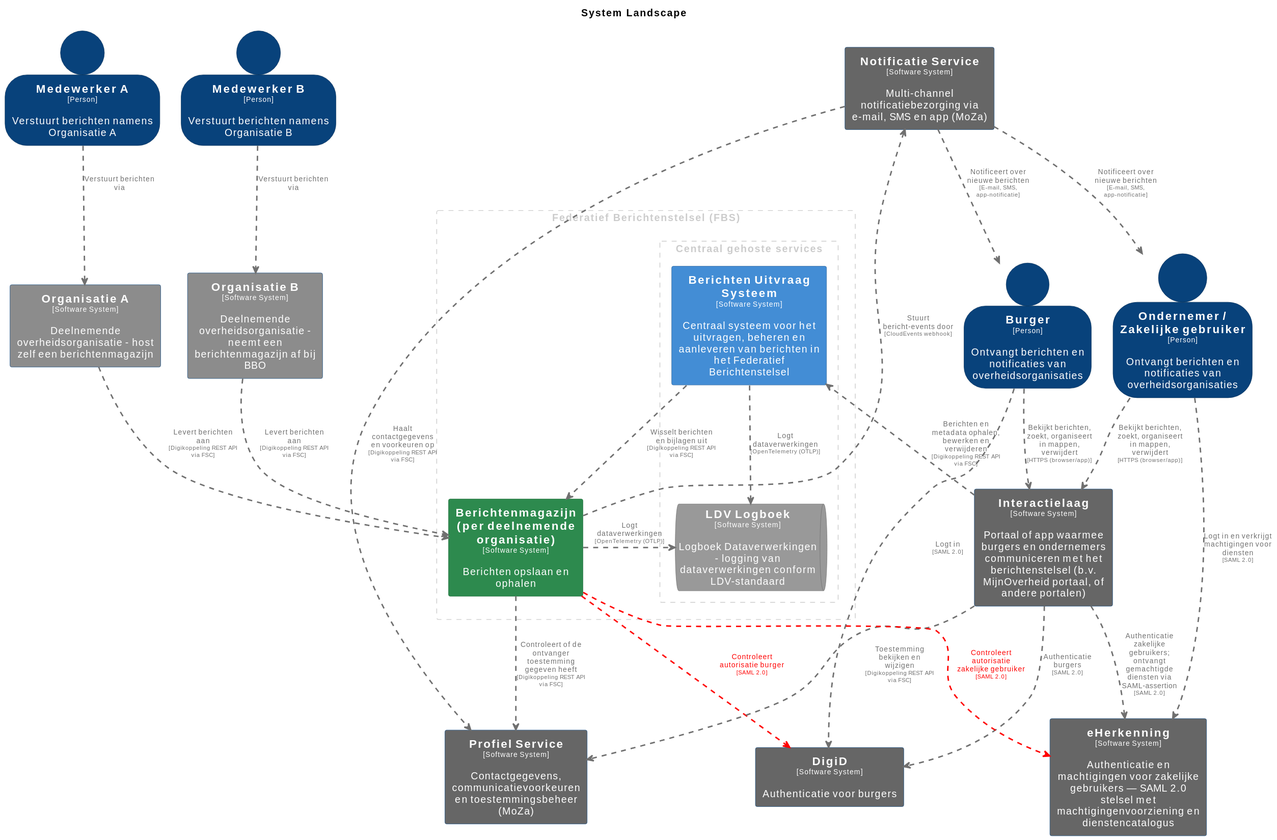
Earlier version of the PlantUML export pr-preview/pr-22/master/svg/SystemLandscape.svg (MinBZK/moza-poc-fbs-berichtenbox). Its source is kept beside it as pr-preview/pr-22/master/puml/SystemLandscape.puml. Its diagram source:
```plantuml
@startuml
set separator none
title System Landscape

top to bottom direction
skinparam ranksep 60
skinparam nodesep 30

skinparam {
  arrowFontSize 10
  defaultTextAlignment center
  wrapWidth 200
  maxMessageSize 100
}

hide stereotype

skinparam rectangle<<BerichtenUitvraagSysteem>> {
  BackgroundColor #438dd5
  FontColor #ffffff
  BorderColor #2e6295
  shadowing false
}
skinparam rectangle<<Berichtenmagazijnperdeelnemendeorganisatie>> {
  BackgroundColor #2d8a4e
  FontColor #ffffff
  BorderColor #1e6b38
  shadowing false
}
skinparam person<<Burger>> {
  BackgroundColor #08427b
  FontColor #ffffff
  BorderColor #052e56
  shadowing false
}
skinparam rectangle<<DigiD>> {
  BackgroundColor #666666
  FontColor #ffffff
  BorderColor #0b4884
  shadowing false
}
skinparam rectangle<<Interactielaag>> {
  BackgroundColor #666666
  FontColor #ffffff
  BorderColor #0b4884
  shadowing false
}
skinparam queue<<LDVLogboek>> {
  BackgroundColor #999999
  FontColor #ffffff
  BorderColor #6b6b6b
  shadowing false
}
skinparam person<<MedewerkerA>> {
  BackgroundColor #08427b
  FontColor #ffffff
  BorderColor #052e56
  shadowing false
}
skinparam person<<MedewerkerB>> {
  BackgroundColor #08427b
  FontColor #ffffff
  BorderColor #052e56
  shadowing false
}
skinparam rectangle<<NotificatieService>> {
  BackgroundColor #666666
  FontColor #ffffff
  BorderColor #0b4884
  shadowing false
}
skinparam person<<OndernemerZakelijkegebruiker>> {
  BackgroundColor #08427b
  FontColor #ffffff
  BorderColor #052e56
  shadowing false
}
skinparam rectangle<<OrganisatieA>> {
  BackgroundColor #8c8c8c
  FontColor #ffffff
  BorderColor #0b4884
  shadowing false
}
skinparam rectangle<<OrganisatieB>> {
  BackgroundColor #8c8c8c
  FontColor #ffffff
  BorderColor #0b4884
  shadowing false
}
skinparam rectangle<<ProfielService>> {
  BackgroundColor #666666
  FontColor #ffffff
  BorderColor #0b4884
  shadowing false
}
skinparam rectangle<<eHerkenning>> {
  BackgroundColor #666666
  FontColor #ffffff
  BorderColor #0b4884
  shadowing false
}

rectangle "Federatief Berichtenstelsel (FBS)" <<group1>> as group1 {
  skinparam RectangleBorderColor<<group1>> #cccccc
  skinparam RectangleFontColor<<group1>> #cccccc
  skinparam RectangleBorderStyle<<group1>> dashed

  rectangle "==Berichtenmagazijn (per deelnemende organisatie)\n<size:10>[Software System]</size>\n\nBerichten opslaan en ophalen" <<Berichtenmagazijnperdeelnemendeorganisatie>> as Berichtenmagazijnperdeelnemendeorganisatie
    rectangle "Centraal gehoste services" <<group2>> as group2 {
      skinparam RectangleBorderColor<<group2>> #cccccc
      skinparam RectangleFontColor<<group2>> #cccccc
      skinparam RectangleBorderStyle<<group2>> dashed

      rectangle "==Berichten Uitvraag Systeem\n<size:10>[Software System]</size>\n\nCentraal systeem voor het uitvragen, beheren en aanleveren van berichten in het Federatief Berichtenstelsel" <<BerichtenUitvraagSysteem>> as BerichtenUitvraagSysteem
      queue "==LDV Logboek\n<size:10>[Software System]</size>\n\nLogboek Dataverwerkingen - logging van dataverwerkingen conform LDV-standaard" <<LDVLogboek>> as LDVLogboek
    }

}

person "==Burger\n<size:10>[Person]</size>\n\nOntvangt berichten en notificaties van overheidsorganisaties" <<Burger>> as Burger
rectangle "==Organisatie A\n<size:10>[Software System]</size>\n\nDeelnemende overheidsorganisatie - host zelf een berichtenmagazijn" <<OrganisatieA>> as OrganisatieA
rectangle "==Organisatie B\n<size:10>[Software System]</size>\n\nDeelnemende overheidsorganisatie - neemt een berichtenmagazijn af bij BBO" <<OrganisatieB>> as OrganisatieB
person "==Ondernemer / Zakelijke gebruiker\n<size:10>[Person]</size>\n\nOntvangt berichten en notificaties van overheidsorganisaties" <<OndernemerZakelijkegebruiker>> as OndernemerZakelijkegebruiker
person "==Medewerker A\n<size:10>[Person]</size>\n\nVerstuurt berichten namens Organisatie A" <<MedewerkerA>> as MedewerkerA
person "==Medewerker B\n<size:10>[Person]</size>\n\nVerstuurt berichten namens Organisatie B" <<MedewerkerB>> as MedewerkerB
rectangle "==Profiel Service\n<size:10>[Software System]</size>\n\nContactgegevens, communicatievoorkeuren en toestemmingsbeheer (MoZa)" <<ProfielService>> as ProfielService
rectangle "==Notificatie Service\n<size:10>[Software System]</size>\n\nMulti-channel notificatiebezorging via e-mail, SMS en app (MoZa)" <<NotificatieService>> as NotificatieService
rectangle "==Interactielaag\n<size:10>[Software System]</size>\n\nPortaal of app waarmee burgers en ondernemers communiceren met het berichtenstelsel (b.v. MijnOverheid portaal, of andere portalen)" <<Interactielaag>> as Interactielaag
rectangle "==eHerkenning\n<size:10>[Software System]</size>\n\nAuthenticatie en machtigingen voor zakelijke gebruikers — SAML 2.0 stelsel met machtigingenvoorziening en dienstencatalogus" <<eHerkenning>> as eHerkenning
rectangle "==DigiD\n<size:10>[Software System]</size>\n\nAuthenticatie voor burgers" <<DigiD>> as DigiD

Berichtenmagazijnperdeelnemendeorganisatie .[#ff0000,thickness=2].> DigiD : "<color:#ff0000>Controleert autorisatie burger\n<color:#ff0000><size:8>[SAML 2.0]</size>"
Berichtenmagazijnperdeelnemendeorganisatie .[#707070,thickness=2].> LDVLogboek : "<color:#707070>Logt dataverwerkingen\n<color:#707070><size:8>[OpenTelemetry (OTLP)]</size>"
BerichtenUitvraagSysteem .[#707070,thickness=2].> LDVLogboek : "<color:#707070>Logt dataverwerkingen\n<color:#707070><size:8>[OpenTelemetry (OTLP)]</size>"
BerichtenUitvraagSysteem .[#707070,thickness=2].> Berichtenmagazijnperdeelnemendeorganisatie : "<color:#707070>Wisselt berichten en bijlagen uit\n<color:#707070><size:8>[Digikoppeling REST API via FSC]</size>"
MedewerkerA .[#707070,thickness=2].> OrganisatieA : "<color:#707070>Verstuurt berichten via"
MedewerkerB .[#707070,thickness=2].> OrganisatieB : "<color:#707070>Verstuurt berichten via"
Burger .[#707070,thickness=2].> Interactielaag : "<color:#707070>Bekijkt berichten, zoekt, organiseert in mappen, verwijdert\n<color:#707070><size:8>[HTTPS (browser/app)]</size>"
Burger .[#707070,thickness=2].> DigiD : "<color:#707070>Logt in\n<color:#707070><size:8>[SAML 2.0]</size>"
OndernemerZakelijkegebruiker .[#707070,thickness=2].> Interactielaag : "<color:#707070>Bekijkt berichten, zoekt, organiseert in mappen, verwijdert\n<color:#707070><size:8>[HTTPS (browser/app)]</size>"
OndernemerZakelijkegebruiker .[#707070,thickness=2].> eHerkenning : "<color:#707070>Logt in en verkrijgt machtigingen voor diensten\n<color:#707070><size:8>[SAML 2.0]</size>"
NotificatieService .[#707070,thickness=2].> Burger : "<color:#707070>Notificeert over nieuwe berichten\n<color:#707070><size:8>[E-mail, SMS, app-notificatie]</size>"
NotificatieService .[#707070,thickness=2].> OndernemerZakelijkegebruiker : "<color:#707070>Notificeert over nieuwe berichten\n<color:#707070><size:8>[E-mail, SMS, app-notificatie]</size>"
Interactielaag .[#707070,thickness=2].> BerichtenUitvraagSysteem : "<color:#707070>Berichten en metadata ophalen, bewerken en verwijderen\n<color:#707070><size:8>[Digikoppeling REST API via FSC]</size>"
Interactielaag .[#707070,thickness=2].> ProfielService : "<color:#707070>Toestemming bekijken en wijzigen\n<color:#707070><size:8>[Digikoppeling REST API via FSC]</size>"
Interactielaag .[#707070,thickness=2].> DigiD : "<color:#707070>Authenticatie burgers\n<color:#707070><size:8>[SAML 2.0]</size>"
Interactielaag .[#707070,thickness=2].> eHerkenning : "<color:#707070>Authenticatie zakelijke gebruikers; ontvangt gemachtigde diensten via SAML-assertion\n<color:#707070><size:8>[SAML 2.0]</size>"
Berichtenmagazijnperdeelnemendeorganisatie .[#707070,thickness=2].> NotificatieService : "<color:#707070>Stuurt bericht-events door\n<color:#707070><size:8>[CloudEvents webhook]</size>"
NotificatieService .[#707070,thickness=2].> ProfielService : "<color:#707070>Haalt contactgegevens en voorkeuren op\n<color:#707070><size:8>[Digikoppeling REST API via FSC]</size>"
OrganisatieA .[#707070,thickness=2].> Berichtenmagazijnperdeelnemendeorganisatie : "<color:#707070>Levert berichten aan\n<color:#707070><size:8>[Digikoppeling REST API via FSC]</size>"
OrganisatieB .[#707070,thickness=2].> Berichtenmagazijnperdeelnemendeorganisatie : "<color:#707070>Levert berichten aan\n<color:#707070><size:8>[Digikoppeling REST API via FSC]</size>"
Berichtenmagazijnperdeelnemendeorganisatie .[#707070,thickness=2].> ProfielService : "<color:#707070>Controleert of de ontvanger toestemming gegeven heeft\n<color:#707070><size:8>[Digikoppeling REST API via FSC]</size>"
Berichtenmagazijnperdeelnemendeorganisatie .[#ff0000,thickness=2].> eHerkenning : "<color:#ff0000>Controleert autorisatie zakelijke gebruiker\n<color:#ff0000><size:8>[SAML 2.0]</size>"
@enduml
```
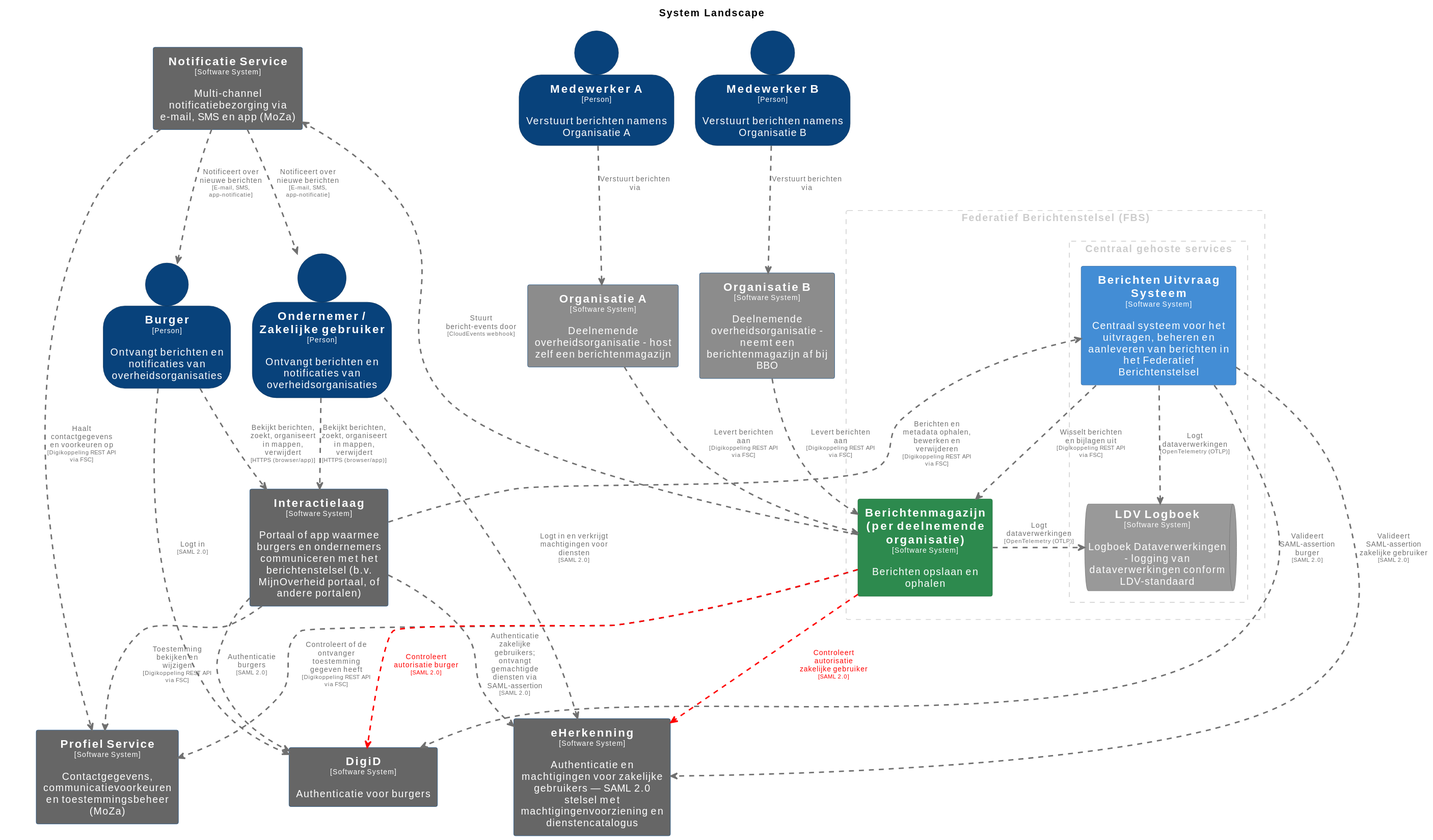
The same file after the commit.

The edit, as a diff of the source:
```diff
@@ -129,6 +129,8 @@
 rectangle "==eHerkenning\n<size:10>[Software System]</size>\n\nAuthenticatie en machtigingen voor zakelijke gebruikers — SAML 2.0 stelsel met machtigingenvoorziening en dienstencatalogus" <<eHerkenning>> as eHerkenning
 rectangle "==DigiD\n<size:10>[Software System]</size>\n\nAuthenticatie voor burgers" <<DigiD>> as DigiD
 
+Berichtenmagazijnperdeelnemendeorganisatie .[#707070,thickness=2].> ProfielService : "<color:#707070>Controleert of de ontvanger toestemming gegeven heeft\n<color:#707070><size:8>[Digikoppeling REST API via FSC]</size>"
+Berichtenmagazijnperdeelnemendeorganisatie .[#ff0000,thickness=2].> eHerkenning : "<color:#ff0000>Controleert autorisatie zakelijke gebruiker\n<color:#ff0000><size:8>[SAML 2.0]</size>"
 Berichtenmagazijnperdeelnemendeorganisatie .[#ff0000,thickness=2].> DigiD : "<color:#ff0000>Controleert autorisatie burger\n<color:#ff0000><size:8>[SAML 2.0]</size>"
 Berichtenmagazijnperdeelnemendeorganisatie .[#707070,thickness=2].> LDVLogboek : "<color:#707070>Logt dataverwerkingen\n<color:#707070><size:8>[OpenTelemetry (OTLP)]</size>"
 BerichtenUitvraagSysteem .[#707070,thickness=2].> LDVLogboek : "<color:#707070>Logt dataverwerkingen\n<color:#707070><size:8>[OpenTelemetry (OTLP)]</size>"
@@ -145,10 +147,10 @@
 Interactielaag .[#707070,thickness=2].> ProfielService : "<color:#707070>Toestemming bekijken en wijzigen\n<color:#707070><size:8>[Digikoppeling REST API via FSC]</size>"
 Interactielaag .[#707070,thickness=2].> DigiD : "<color:#707070>Authenticatie burgers\n<color:#707070><size:8>[SAML 2.0]</size>"
 Interactielaag .[#707070,thickness=2].> eHerkenning : "<color:#707070>Authenticatie zakelijke gebruikers; ontvangt gemachtigde diensten via SAML-assertion\n<color:#707070><size:8>[SAML 2.0]</size>"
+BerichtenUitvraagSysteem .[#707070,thickness=2].> eHerkenning : "<color:#707070>Valideert SAML-assertion zakelijke gebruiker\n<color:#707070><size:8>[SAML 2.0]</size>"
+BerichtenUitvraagSysteem .[#707070,thickness=2].> DigiD : "<color:#707070>Valideert SAML-assertion burger\n<color:#707070><size:8>[SAML 2.0]</size>"
 Berichtenmagazijnperdeelnemendeorganisatie .[#707070,thickness=2].> NotificatieService : "<color:#707070>Stuurt bericht-events door\n<color:#707070><size:8>[CloudEvents webhook]</size>"
 NotificatieService .[#707070,thickness=2].> ProfielService : "<color:#707070>Haalt contactgegevens en voorkeuren op\n<color:#707070><size:8>[Digikoppeling REST API via FSC]</size>"
 OrganisatieA .[#707070,thickness=2].> Berichtenmagazijnperdeelnemendeorganisatie : "<color:#707070>Levert berichten aan\n<color:#707070><size:8>[Digikoppeling REST API via FSC]</size>"
 OrganisatieB .[#707070,thickness=2].> Berichtenmagazijnperdeelnemendeorganisatie : "<color:#707070>Levert berichten aan\n<color:#707070><size:8>[Digikoppeling REST API via FSC]</size>"
-Berichtenmagazijnperdeelnemendeorganisatie .[#707070,thickness=2].> ProfielService : "<color:#707070>Controleert of de ontvanger toestemming gegeven heeft\n<color:#707070><size:8>[Digikoppeling REST API via FSC]</size>"
-Berichtenmagazijnperdeelnemendeorganisatie .[#ff0000,thickness=2].> eHerkenning : "<color:#ff0000>Controleert autorisatie zakelijke gebruiker\n<color:#ff0000><size:8>[SAML 2.0]</size>"
 @enduml
```
